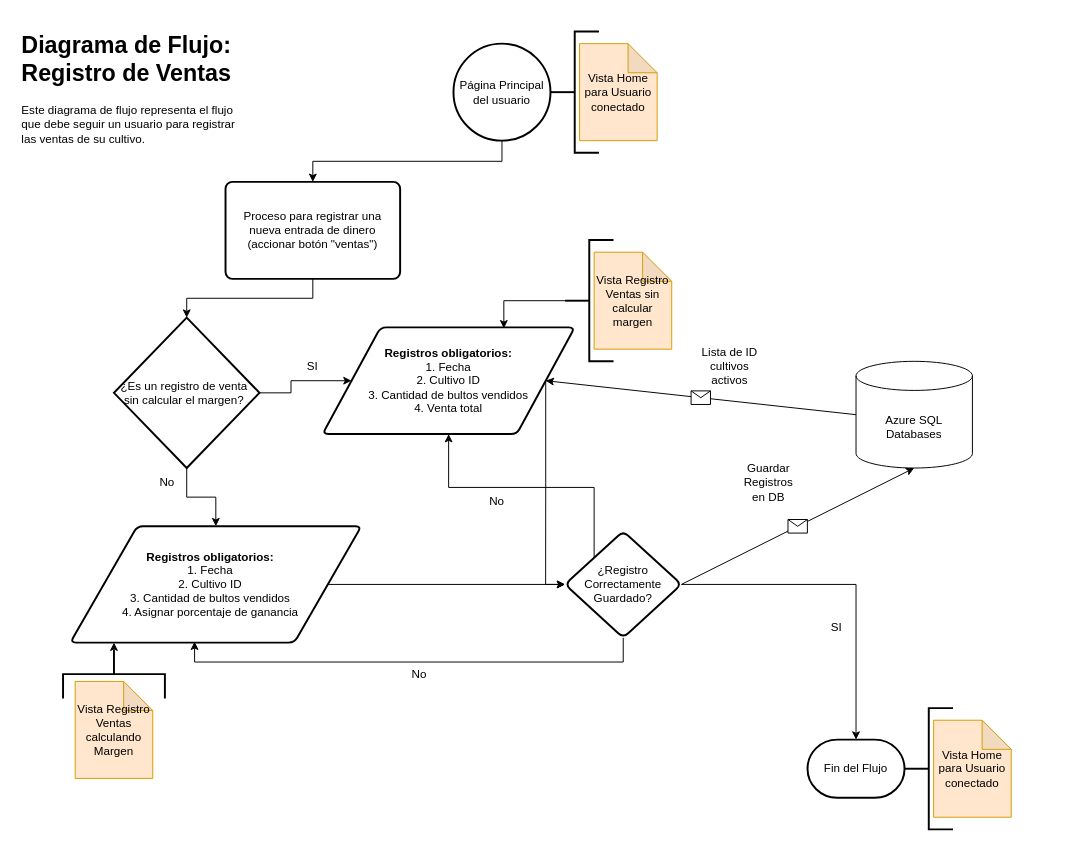
Waldemar77/PapAppCost_FlowChart keeps this draw.io diagram as page "Income Records" (4 of 5) of flowchart.drawio. Above is the earlier version. Source tidied: cells renumbered, new cells numbered last; positions are measured from the earlier drawing's top-left corner, leaving out a move shared by most shapes. Both pictures are drawn from the tidied source at 97%, with x=0, y=0 at pixel (16, 26).
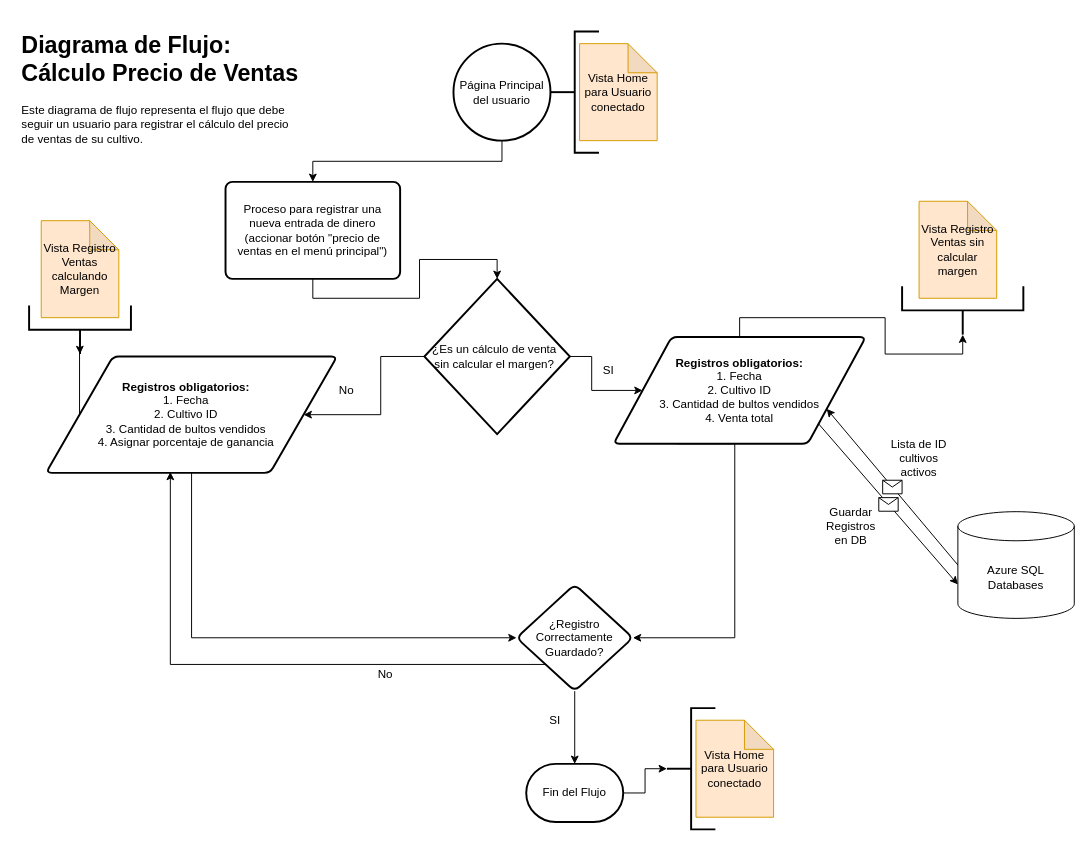
The same page after the edit.

The edit, as a diff of the source:
```diff
@@
-    <mxCell id="6" value="&lt;h1&gt;Diagrama de Flujo: Registro de Ventas&lt;/h1&gt;&lt;p&gt;Este diagrama de flujo representa el flujo que debe seguir un usuario para registrar las ventas de su cultivo.&lt;/p&gt;" style="text;html=1;strokeColor=none;fillColor=none;spacing=5;spacingTop=-20;whiteSpace=wrap;overflow=hidden;rounded=0;" parent="1" vertex="1">
-      <mxGeometry width="230" height="130" as="geometry" />
+    <mxCell id="6" value="&lt;h1&gt;Diagrama de Flujo: Cálculo Precio de Ventas&lt;/h1&gt;&lt;p&gt;Este diagrama de flujo representa el flujo que debe seguir un usuario para registrar el cálculo del precio de ventas de su cultivo.&lt;/p&gt;" style="text;html=1;strokeColor=none;fillColor=none;spacing=5;spacingTop=-20;whiteSpace=wrap;overflow=hidden;rounded=0;" parent="1" vertex="1">
+      <mxGeometry width="300" height="160" as="geometry" />
     </mxCell>
-    <mxCell id="7" style="edgeStyle=orthogonalEdgeStyle;rounded=0;jettySize=auto;html=1;exitX=1;exitY=0.5;exitDx=0;exitDy=0;entryX=0;entryY=0.5;entryDx=0;entryDy=0;" parent="1" edge="1" source="8" target="17">
-      <mxGeometry relative="1" as="geometry" />
+    <mxCell id="7" style="edgeStyle=orthogonalEdgeStyle;rounded=0;jettySize=auto;html=1;exitX=0.25;exitY=1;exitDx=0;exitDy=0;entryX=1;entryY=0.5;entryDx=0;entryDy=0;" parent="1" edge="1" source="8" target="17">
+      <mxGeometry relative="1" as="geometry">
+        <Array as="points">
+          <mxPoint x="740" y="430" />
+          <mxPoint x="740" y="630" />
+        </Array>
+      </mxGeometry>
     </mxCell>
+    <mxCell id="41" style="edgeStyle=orthogonalEdgeStyle;rounded=0;jettySize=auto;html=1;exitX=0.5;exitY=0;exitDx=0;exitDy=0;entryX=0;entryY=0.5;entryDx=0;entryDy=0;entryPerimeter=0;" parent="1" edge="1" source="8" target="38">
+      <mxGeometry relative="1" as="geometry" />
+    </mxCell>
     <mxCell id="8" value="&lt;b&gt;Registros obligatorios:&lt;/b&gt;&lt;br&gt;1. Fecha&lt;br&gt;2. Cultivo ID&lt;br&gt;3. Cantidad de bultos vendidos&lt;br&gt;4. Venta total" style="shape=parallelogram;html=1;strokeWidth=2;perimeter=parallelogramPerimeter;whiteSpace=wrap;rounded=1;arcSize=12;size=0.23;align=center;" parent="1" vertex="1">
-      <mxGeometry x="315" y="310" width="260" height="110" as="geometry" />
+      <mxGeometry x="615" y="320" width="260" height="110" as="geometry" />
     </mxCell>
     <mxCell id="9" value="Azure SQL Databases" style="shape=cylinder3;whiteSpace=wrap;html=1;boundedLbl=1;backgroundOutline=1;size=15;" parent="1" vertex="1">
-      <mxGeometry x="865" y="345" width="120" height="110" as="geometry" />
+      <mxGeometry x="970" y="500" width="120" height="110" as="geometry" />
     </mxCell>
+    <mxCell id="42" style="edgeStyle=orthogonalEdgeStyle;rounded=0;jettySize=auto;html=1;exitX=1;exitY=0.5;exitDx=0;exitDy=0;exitPerimeter=0;entryX=0;entryY=0.5;entryDx=0;entryDy=0;entryPerimeter=0;" parent="1" edge="1" source="10" target="21">
+      <mxGeometry relative="1" as="geometry" />
+    </mxCell>
     <mxCell id="10" value="Fin del Flujo" style="strokeWidth=2;html=1;shape=mxgraph.flowchart.terminator;whiteSpace=wrap;" parent="1" vertex="1">
-      <mxGeometry x="815" y="735" width="100" height="60" as="geometry" />
+      <mxGeometry x="525" y="760" width="100" height="60" as="geometry" />
     </mxCell>
     <mxCell id="11" value="Lista de ID cultivos activos" style="text;html=1;strokeColor=none;fillColor=none;align=center;verticalAlign=middle;whiteSpace=wrap;rounded=0;" parent="1" vertex="1">
-      <mxGeometry x="705" y="335" width="60" height="30" as="geometry" />
+      <mxGeometry x="900" y="430" width="60" height="30" as="geometry" />
     </mxCell>
-    <mxCell id="12" style="endArrow=classic;html=1;rounded=0;entryX=0.5;entryY=1;entryDx=0;entryDy=0;entryPerimeter=0;exitX=1;exitY=0.5;exitDx=0;exitDy=0;" parent="1" edge="1" source="17" target="9">
-      <mxGeometry relative="1" as="geometry" />
-    </mxCell>
-    <mxCell id="13" style="shape=message;html=1;" parent="12" vertex="1">
-      <mxGeometry width="20" height="14" relative="1" as="geometry">
-        <mxPoint x="-10" y="-7" as="offset" />
-      </mxGeometry>
-    </mxCell>
-    <mxCell id="14" style="edgeStyle=orthogonalEdgeStyle;rounded=0;jettySize=auto;html=1;entryX=0.5;entryY=0;entryDx=0;entryDy=0;entryPerimeter=0;exitX=1;exitY=0.5;exitDx=0;exitDy=0;" parent="1" edge="1" source="17" target="10">
+    <mxCell id="14" style="edgeStyle=orthogonalEdgeStyle;rounded=0;jettySize=auto;html=1;entryX=0.5;entryY=0;entryDx=0;entryDy=0;entryPerimeter=0;exitX=0.5;exitY=1;exitDx=0;exitDy=0;" parent="1" edge="1" source="17" target="10">
       <mxGeometry relative="1" as="geometry" />
     </mxCell>
-    <mxCell id="15" style="edgeStyle=orthogonalEdgeStyle;rounded=0;jettySize=auto;html=1;exitX=0;exitY=0;exitDx=0;exitDy=0;entryX=0.5;entryY=1;entryDx=0;entryDy=0;" parent="1" edge="1" source="17" target="8">
-      <mxGeometry relative="1" as="geometry">
-        <Array as="points">
-          <mxPoint x="595" y="475" />
-          <mxPoint x="445" y="475" />
-        </Array>
-      </mxGeometry>
-    </mxCell>
-    <mxCell id="16" style="edgeStyle=orthogonalEdgeStyle;rounded=0;jettySize=auto;html=1;exitX=0.5;exitY=1;exitDx=0;exitDy=0;entryX=0.427;entryY=0.992;entryDx=0;entryDy=0;entryPerimeter=0;" parent="1" edge="1" source="17" target="29">
+    <mxCell id="16" style="edgeStyle=orthogonalEdgeStyle;rounded=0;jettySize=auto;html=1;exitX=0;exitY=1;exitDx=0;exitDy=0;entryX=0.427;entryY=0.992;entryDx=0;entryDy=0;entryPerimeter=0;" parent="1" edge="1" source="17" target="29">
       <mxGeometry relative="1" as="geometry" />
     </mxCell>
     <mxCell id="17" value="¿Registro Correctamente Guardado?" style="rhombus;whiteSpace=wrap;html=1;rounded=1;arcSize=14;strokeWidth=2;" parent="1" vertex="1">
-      <mxGeometry x="565" y="520" width="120" height="110" as="geometry" />
+      <mxGeometry x="515" y="575" width="120" height="110" as="geometry" />
     </mxCell>
     <mxCell id="18" value="Guardar Registros en DB" style="text;html=1;strokeColor=none;fillColor=none;align=center;verticalAlign=middle;whiteSpace=wrap;rounded=0;" parent="1" vertex="1">
-      <mxGeometry x="745" y="455" width="60" height="30" as="geometry" />
+      <mxGeometry x="830" y="500" width="60" height="30" as="geometry" />
     </mxCell>
     <mxCell id="19" value="SI" style="text;html=1;strokeColor=none;fillColor=none;align=center;verticalAlign=middle;whiteSpace=wrap;rounded=0;" parent="1" vertex="1">
-      <mxGeometry x="815" y="605" width="60" height="30" as="geometry" />
+      <mxGeometry x="525" y="700" width="60" height="30" as="geometry" />
     </mxCell>
     <mxCell id="20" value="Vista Home para Usuario conectado" style="shape=note;whiteSpace=wrap;html=1;backgroundOutline=1;darkOpacity=0.05;fillColor=#ffe6cc;strokeColor=#d79b00;" parent="1" vertex="1">
-      <mxGeometry x="945" y="715" width="80" height="100" as="geometry" />
+      <mxGeometry x="700" y="715" width="80" height="100" as="geometry" />
     </mxCell>
     <mxCell id="21" style="strokeWidth=2;html=1;shape=mxgraph.flowchart.annotation_2;align=left;labelPosition=right;rotation=0;" parent="1" vertex="1">
-      <mxGeometry x="915" y="702.5" width="50" height="125" as="geometry" />
+      <mxGeometry x="670" y="702.5" width="50" height="125" as="geometry" />
     </mxCell>
+    <mxCell id="23" style="edgeStyle=orthogonalEdgeStyle;rounded=0;jettySize=auto;html=1;exitX=0;exitY=0.5;exitDx=0;exitDy=0;exitPerimeter=0;" parent="1" edge="1" source="24" target="29">
+      <mxGeometry relative="1" as="geometry" />
+    </mxCell>
@@
-    <mxCell id="23" style="edgeStyle=orthogonalEdgeStyle;rounded=0;jettySize=auto;html=1;exitX=0.5;exitY=1;exitDx=0;exitDy=0;exitPerimeter=0;entryX=0.5;entryY=0;entryDx=0;entryDy=0;" parent="1" edge="1" source="24" target="29">
-      <mxGeometry relative="1" as="geometry" />
-    </mxCell>
-    <mxCell id="24" value="¿Es un registro de venta sin calcular el margen?" style="strokeWidth=2;html=1;shape=mxgraph.flowchart.decision;whiteSpace=wrap;gradientColor=none;fillColor=default;spacingTop=0;spacingLeft=5;spacingRight=10;" parent="1" vertex="1">
-      <mxGeometry x="100" y="300" width="150" height="155" as="geometry" />
+    <mxCell id="24" value="¿Es un cálculo de venta sin calcular el margen?" style="strokeWidth=2;html=1;shape=mxgraph.flowchart.decision;whiteSpace=wrap;gradientColor=none;fillColor=default;spacingTop=0;spacingLeft=5;spacingRight=10;" parent="1" vertex="1">
+      <mxGeometry x="420" y="260" width="150" height="160" as="geometry" />
     </mxCell>
     <mxCell id="25" value="SI" style="text;html=1;strokeColor=none;fillColor=none;align=center;verticalAlign=middle;whiteSpace=wrap;rounded=0;" parent="1" vertex="1">
-      <mxGeometry x="275" y="335" width="60" height="30" as="geometry" />
+      <mxGeometry x="580" y="340" width="60" height="30" as="geometry" />
     </mxCell>
-    <mxCell id="26" style="endArrow=classic;html=1;rounded=0;entryX=1;entryY=0.5;entryDx=0;entryDy=0;exitX=0;exitY=0.5;exitDx=0;exitDy=0;exitPerimeter=0;" parent="1" edge="1" source="9" target="8">
+    <mxCell id="26" style="endArrow=classic;html=1;rounded=0;exitX=0;exitY=0.5;exitDx=0;exitDy=0;exitPerimeter=0;entryX=1;entryY=0.75;entryDx=0;entryDy=0;" parent="1" edge="1" source="9" target="8">
       <mxGeometry relative="1" as="geometry" />
     </mxCell>
@@
-    <mxCell id="28" style="edgeStyle=orthogonalEdgeStyle;rounded=0;jettySize=auto;html=1;exitX=1;exitY=0.5;exitDx=0;exitDy=0;entryX=0;entryY=0.5;entryDx=0;entryDy=0;" parent="1" edge="1" source="29" target="17">
+    <mxCell id="28" style="edgeStyle=orthogonalEdgeStyle;rounded=0;jettySize=auto;html=1;exitX=0.5;exitY=1;exitDx=0;exitDy=0;entryX=0;entryY=0.5;entryDx=0;entryDy=0;" parent="1" edge="1" source="29" target="17">
       <mxGeometry relative="1" as="geometry" />
     </mxCell>
+    <mxCell id="43" style="edgeStyle=orthogonalEdgeStyle;rounded=0;jettySize=auto;html=1;exitX=0;exitY=0.5;exitDx=0;exitDy=0;entryX=0;entryY=0.5;entryDx=0;entryDy=0;entryPerimeter=0;" parent="1" edge="1" source="29" target="35">
+      <mxGeometry relative="1" as="geometry" />
+    </mxCell>
     <mxCell id="29" value="&lt;b&gt;Registros obligatorios:&lt;/b&gt;&lt;br&gt;1. Fecha&lt;br&gt;2. Cultivo ID&lt;br&gt;3. Cantidad de bultos vendidos&lt;br&gt;4. Asignar porcentaje de ganancia" style="shape=parallelogram;html=1;strokeWidth=2;perimeter=parallelogramPerimeter;whiteSpace=wrap;rounded=1;arcSize=12;size=0.23;spacingRight=11;" parent="1" vertex="1">
-      <mxGeometry x="55" y="515" width="300" height="120" as="geometry" />
+      <mxGeometry x="30" y="340" width="300" height="120" as="geometry" />
     </mxCell>
     <mxCell id="30" value="No" style="text;html=1;strokeColor=none;fillColor=none;align=center;verticalAlign=middle;whiteSpace=wrap;rounded=0;" parent="1" vertex="1">
-      <mxGeometry x="125" y="455" width="60" height="30" as="geometry" />
+      <mxGeometry x="310" y="360" width="60" height="30" as="geometry" />
     </mxCell>
     <mxCell id="31" value="No" style="text;html=1;strokeColor=none;fillColor=none;align=center;verticalAlign=middle;whiteSpace=wrap;rounded=0;" parent="1" vertex="1">
-      <mxGeometry x="385" y="652.5" width="60" height="30" as="geometry" />
+      <mxGeometry x="350" y="652.5" width="60" height="30" as="geometry" />
     </mxCell>
-    <mxCell id="32" value="No" style="text;html=1;strokeColor=none;fillColor=none;align=center;verticalAlign=middle;whiteSpace=wrap;rounded=0;" parent="1" vertex="1">
-      <mxGeometry x="465" y="475" width="60" height="30" as="geometry" />
-    </mxCell>
     <mxCell id="33" value="Vista Registro Ventas calculando Margen" style="shape=note;whiteSpace=wrap;html=1;backgroundOutline=1;darkOpacity=0.05;fillColor=#ffe6cc;strokeColor=#d79b00;" parent="1" vertex="1">
-      <mxGeometry x="60" y="675" width="80" height="100" as="geometry" />
+      <mxGeometry x="25" y="200" width="80" height="100" as="geometry" />
     </mxCell>
-    <mxCell id="34" style="edgeStyle=orthogonalEdgeStyle;rounded=0;jettySize=auto;html=1;exitX=0;exitY=0.5;exitDx=0;exitDy=0;exitPerimeter=0;entryX=0.15;entryY=1;entryDx=0;entryDy=0;entryPerimeter=0;" parent="1" edge="1" source="35" target="29">
-      <mxGeometry relative="1" as="geometry" />
-    </mxCell>
-    <mxCell id="35" style="strokeWidth=2;html=1;shape=mxgraph.flowchart.annotation_2;align=left;labelPosition=right;rotation=90;" parent="1" vertex="1">
-      <mxGeometry x="75" y="615" width="50" height="105" as="geometry" />
+    <mxCell id="35" style="strokeWidth=2;html=1;shape=mxgraph.flowchart.annotation_2;align=left;labelPosition=right;rotation=-90;" parent="1" vertex="1">
+      <mxGeometry x="40" y="260" width="50" height="105" as="geometry" />
     </mxCell>
     <mxCell id="36" value="Vista Registro Ventas sin calcular margen" style="shape=note;whiteSpace=wrap;html=1;backgroundOutline=1;darkOpacity=0.05;fillColor=#ffe6cc;strokeColor=#d79b00;" parent="1" vertex="1">
-      <mxGeometry x="595" y="232.5" width="80" height="100" as="geometry" />
+      <mxGeometry x="930" y="180" width="80" height="100" as="geometry" />
     </mxCell>
-    <mxCell id="37" style="edgeStyle=orthogonalEdgeStyle;rounded=0;jettySize=auto;html=1;exitX=0;exitY=0.5;exitDx=0;exitDy=0;exitPerimeter=0;entryX=0.719;entryY=0.009;entryDx=0;entryDy=0;entryPerimeter=0;" parent="1" edge="1" source="38" target="8">
-      <mxGeometry relative="1" as="geometry" />
-    </mxCell>
-    <mxCell id="38" style="strokeWidth=2;html=1;shape=mxgraph.flowchart.annotation_2;align=left;labelPosition=right;rotation=0;" parent="1" vertex="1">
-      <mxGeometry x="565" y="220" width="50" height="125" as="geometry" />
+    <mxCell id="38" style="strokeWidth=2;html=1;shape=mxgraph.flowchart.annotation_2;align=left;labelPosition=right;rotation=-90;" parent="1" vertex="1">
+      <mxGeometry x="950" y="230" width="50" height="125" as="geometry" />
     </mxCell>
@@
-    <mxCell id="40" value="Proceso para registrar una nueva entrada de dinero (accionar botón &quot;ventas&quot;)" style="rounded=1;whiteSpace=wrap;html=1;absoluteArcSize=1;arcSize=14;strokeWidth=2;" parent="1" vertex="1">
+    <mxCell id="40" value="Proceso para registrar una nueva entrada de dinero (accionar botón &quot;precio de ventas en el menú principal&quot;)" style="rounded=1;whiteSpace=wrap;html=1;absoluteArcSize=1;arcSize=14;strokeWidth=2;" parent="1" vertex="1">
       <mxGeometry x="215" y="160" width="180" height="100" as="geometry" />
     </mxCell>
+    <mxCell id="44" style="endArrow=classic;html=1;rounded=0;exitX=1;exitY=1;exitDx=0;exitDy=0;entryX=0;entryY=0;entryDx=0;entryDy=75;entryPerimeter=0;" parent="1" edge="1" source="8" target="9">
+      <mxGeometry relative="1" as="geometry" />
+    </mxCell>
+    <mxCell id="45" style="shape=message;html=1;" parent="44" vertex="1">
+      <mxGeometry width="20" height="14" relative="1" as="geometry">
+        <mxPoint x="-10" y="-7" as="offset" />
+      </mxGeometry>
+    </mxCell>
```
